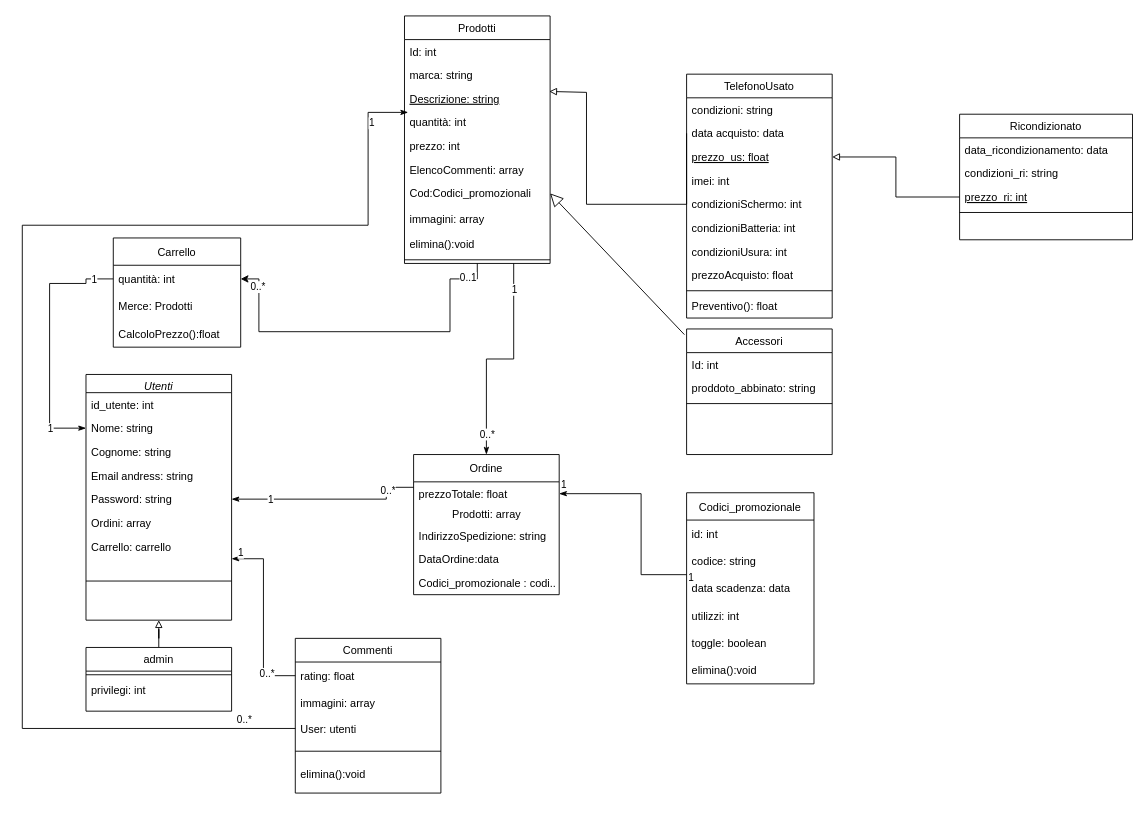
Earlier version of the draw.io diagram PearShop.drawio (doublep21/PearShop). Source tidied: cells renumbered, new cells numbered last; positions are measured from the earlier drawing's top-left corner, leaving out a move shared by most shapes. Both pictures are drawn from the tidied source at 91%, with x=0, y=0 at pixel (22, 15).
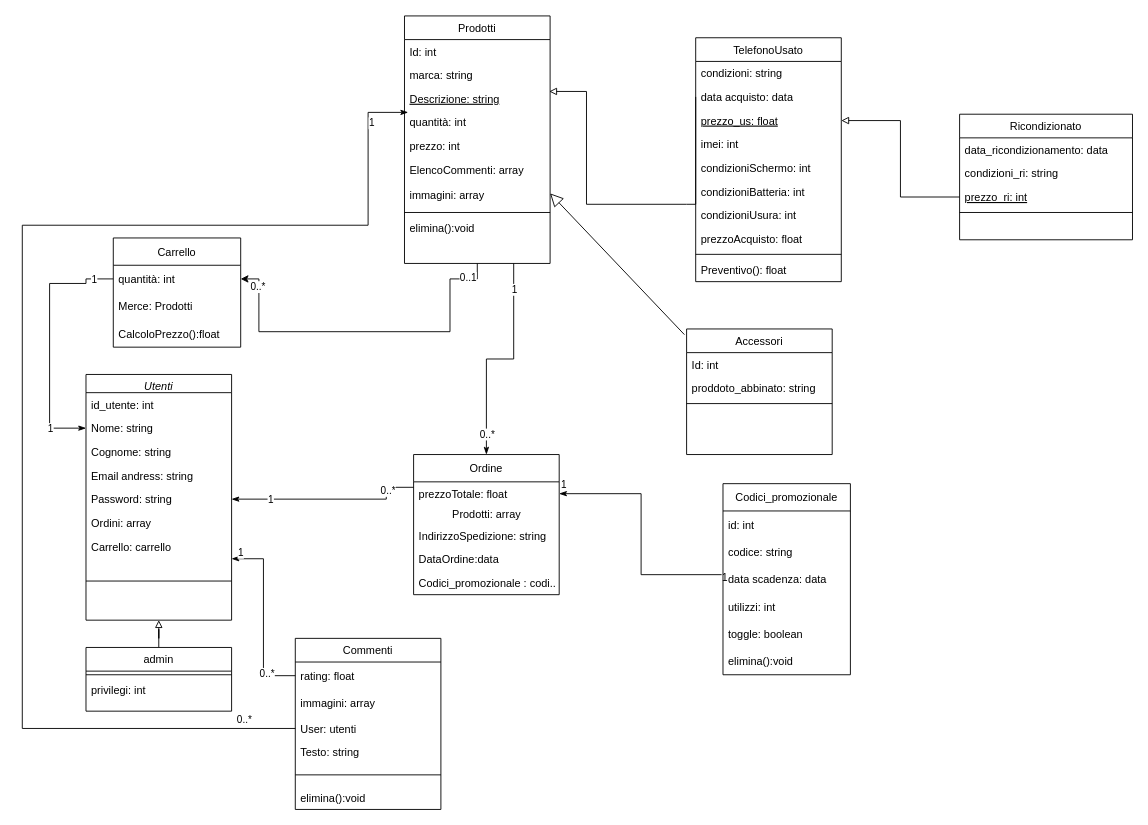
The same page after the edit.

Commit message:
alcune correzzioni

Unchanged cells that the change refers to:
```xml
<mxCell id="4" value="Prodotti" style="swimlane;fontStyle=0;align=center;verticalAlign=top;horizontal=1;startSize=26;rounded=0;shadow=0;strokeWidth=1;" parent="1" vertex="1">
  <mxGeometry x="420" width="160" height="272" as="geometry" />
</mxCell>
<mxCell id="15" value="Accessori&#10;" style="swimlane;fontStyle=0;align=center;verticalAlign=top;horizontal=1;startSize=26;rounded=0;shadow=0;strokeWidth=1;" parent="1" vertex="1">
  <mxGeometry x="730" y="344" width="160" height="138" as="geometry" />
</mxCell>
```

Diff of the diagram source:
```diff
@@
-    <mxCell id="11" value="Cod:Codici_promozionali" style="text;strokeColor=none;fillColor=none;align=left;verticalAlign=middle;spacingLeft=4;spacingRight=4;overflow=hidden;points=[[0,0.5],[1,0.5]];portConstraint=eastwest;" parent="4" vertex="1">
-      <mxGeometry y="182" width="160" height="26" as="geometry" />
-    </mxCell>
     <mxCell id="12" value="immagini: array" style="text;strokeColor=none;fillColor=none;align=left;verticalAlign=middle;spacingLeft=4;spacingRight=4;overflow=hidden;" parent="4" vertex="1">
-      <mxGeometry y="208" width="160" height="30" as="geometry" />
+      <mxGeometry y="182" width="160" height="30" as="geometry" />
     </mxCell>
+    <mxCell id="14" style="line;html=1;strokeWidth=1;align=left;verticalAlign=middle;spacingTop=-1;spacingLeft=3;spacingRight=3;labelPosition=right;" parent="4" vertex="1">
+      <mxGeometry y="212" width="160" height="8" as="geometry" />
+    </mxCell>
     <mxCell id="13" value="elimina():void" style="text;strokeColor=none;fillColor=none;align=left;verticalAlign=middle;spacingLeft=4;spacingRight=4;overflow=hidden;" parent="4" vertex="1">
-      <mxGeometry y="238" width="160" height="26" as="geometry" />
+      <mxGeometry y="220" width="160" height="26" as="geometry" />
     </mxCell>
-    <mxCell id="14" style="line;html=1;strokeWidth=1;align=left;verticalAlign=middle;spacingTop=-1;spacingLeft=3;spacingRight=3;labelPosition=right;" parent="4" vertex="1">
-      <mxGeometry y="264" width="160" height="8" as="geometry" />
-    </mxCell>
@@
     <mxCell id="19" value="TelefonoUsato&#10;" style="swimlane;fontStyle=0;align=center;verticalAlign=top;horizontal=1;startSize=26;rounded=0;shadow=0;strokeWidth=1;" parent="1" vertex="1">
-      <mxGeometry x="730" y="64" width="160" height="268" as="geometry" />
+      <mxGeometry x="740" y="24" width="160" height="268" as="geometry" />
     </mxCell>
@@
-    <mxCell id="35" style="endArrow=block;endFill=0;endSize=12;html=1;rounded=0;elbow=vertical;entryX=1;entryY=0.5;entryDx=0;entryDy=0;exitX=-0.015;exitY=0.045;exitDx=0;exitDy=0;exitPerimeter=0;" parent="1" edge="1" source="15" target="11">
-      <mxGeometry relative="1" as="geometry" />
+    <mxCell id="35" style="endArrow=block;endFill=0;endSize=12;html=1;rounded=0;elbow=vertical;entryX=1;entryY=0.5;entryDx=0;entryDy=0;exitX=-0.015;exitY=0.045;exitDx=0;exitDy=0;exitPerimeter=0;" parent="1" edge="1" source="15">
+      <mxGeometry relative="1" as="geometry">
+        <mxPoint x="580" y="195" as="targetPoint" />
+      </mxGeometry>
     </mxCell>
     <mxCell id="36" value="Commenti" style="swimlane;fontStyle=0;align=center;verticalAlign=top;horizontal=1;startSize=26;rounded=0;shadow=0;strokeWidth=1;" parent="1" vertex="1">
-      <mxGeometry x="300" y="684" width="160" height="170" as="geometry" />
+      <mxGeometry x="300" y="684" width="160" height="188" as="geometry" />
     </mxCell>
@@
+    <mxCell id="90" value="Testo: string" style="text;strokeColor=none;fillColor=none;align=left;verticalAlign=middle;spacingLeft=4;spacingRight=4;overflow=hidden;" parent="36" vertex="1">
+      <mxGeometry y="112" width="160" height="26" as="geometry" />
+    </mxCell>
     <mxCell id="40" style="line;html=1;strokeWidth=1;align=left;verticalAlign=middle;spacingTop=-1;spacingLeft=3;spacingRight=3;labelPosition=right;" parent="36" vertex="1">
-      <mxGeometry y="112" width="160" height="24" as="geometry" />
+      <mxGeometry y="138" width="160" height="24" as="geometry" />
     </mxCell>
     <mxCell id="41" value="elimina():void" style="text;strokeColor=none;fillColor=none;align=left;verticalAlign=middle;spacingLeft=4;spacingRight=4;overflow=hidden;" parent="36" vertex="1">
-      <mxGeometry y="136" width="160" height="26" as="geometry" />
+      <mxGeometry y="162" width="160" height="26" as="geometry" />
     </mxCell>
@@
     <mxCell id="70" value="Codici_promozionale" style="swimlane;fontStyle=0;horizontal=1;startSize=30;" parent="1" vertex="1">
-      <mxGeometry x="730" y="524" width="140" height="210" as="geometry" />
+      <mxGeometry x="770" y="514" width="140" height="210" as="geometry" />
     </mxCell>
```
